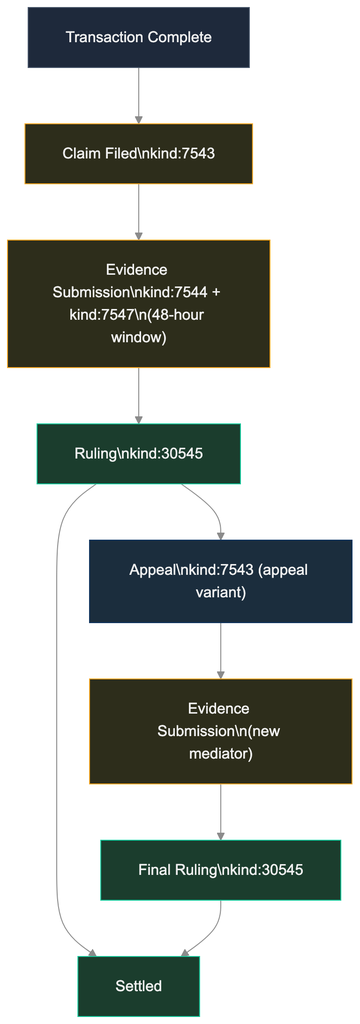
The Mermaid diagram images/disputes-2-state-machine.png in forgesworn/nip-drafts, before a commit. Its source is kept beside it as images/disputes-2-state-machine.mmd. Source of this version:
```mermaid
flowchart TD
    TC["Transaction Complete"] --> CF["Claim Filed\nkind:7543"]
    CF --> ES["Evidence Submission\nkind:7544 + kind:7547\n(48-hour window)"]
    ES --> RU["Ruling\nkind:30545"]
    RU --> SE["Settled"]
    RU --> AP["Appeal\nkind:7543 (appeal variant)"]
    AP --> ES2["Evidence Submission\n(new mediator)"]
    ES2 --> RU2["Final Ruling\nkind:30545"]
    RU2 --> SE

    style CF fill:#2d2d1b,stroke:#f5a623,color:#f0f0f0
    style ES fill:#2d2d1b,stroke:#f5a623,color:#f0f0f0
    style RU fill:#1b3d2d,stroke:#16c79a,color:#f0f0f0
    style SE fill:#1b3d2d,stroke:#16c79a,color:#f0f0f0
    style AP fill:#1b2d3d,stroke:#0f3460,color:#f0f0f0
    style ES2 fill:#2d2d1b,stroke:#f5a623,color:#f0f0f0
    style RU2 fill:#1b3d2d,stroke:#16c79a,color:#f0f0f0
```
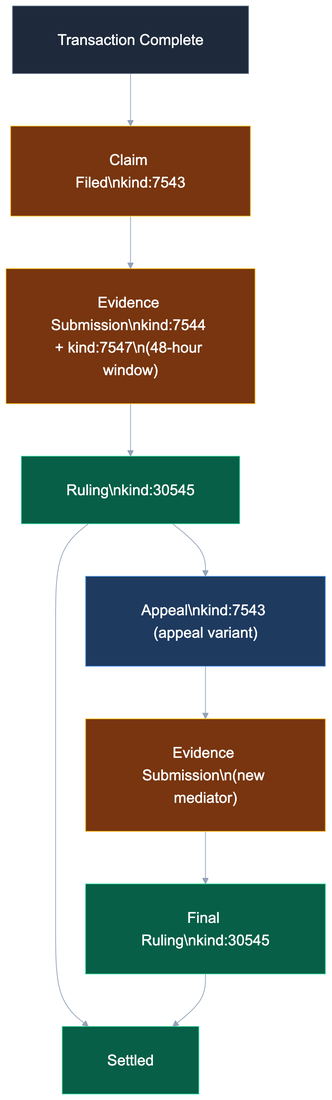
The same diagram one commit later.

Change to the diagram source:
```diff
@@ -8,10 +8,10 @@
     ES2 --> RU2["Final Ruling\nkind:30545"]
     RU2 --> SE
 
-    style CF fill:#2d2d1b,stroke:#f5a623,color:#f0f0f0
-    style ES fill:#2d2d1b,stroke:#f5a623,color:#f0f0f0
-    style RU fill:#1b3d2d,stroke:#16c79a,color:#f0f0f0
-    style SE fill:#1b3d2d,stroke:#16c79a,color:#f0f0f0
-    style AP fill:#1b2d3d,stroke:#0f3460,color:#f0f0f0
-    style ES2 fill:#2d2d1b,stroke:#f5a623,color:#f0f0f0
-    style RU2 fill:#1b3d2d,stroke:#16c79a,color:#f0f0f0
+    style CF fill:#78350f,stroke:#fbbf24,color:#ffffff
+    style ES fill:#78350f,stroke:#fbbf24,color:#ffffff
+    style RU fill:#065f46,stroke:#34d399,color:#ffffff
+    style SE fill:#065f46,stroke:#34d399,color:#ffffff
+    style AP fill:#1e3a5f,stroke:#60a5fa,color:#ffffff
+    style ES2 fill:#78350f,stroke:#fbbf24,color:#ffffff
+    style RU2 fill:#065f46,stroke:#34d399,color:#ffffff
```
